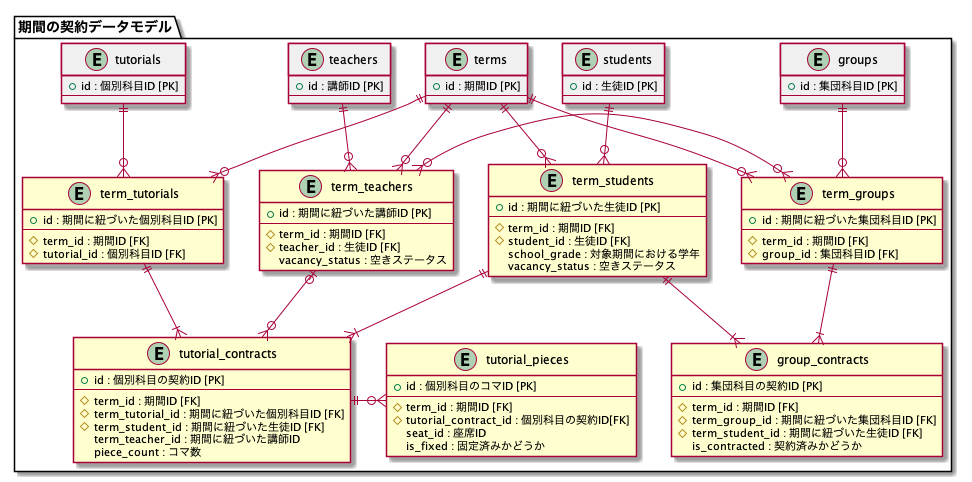
Before: application/doc/term_contract_data_model.png, a diagram exported from PlantUML (mass584/rakuraku_komagumi).
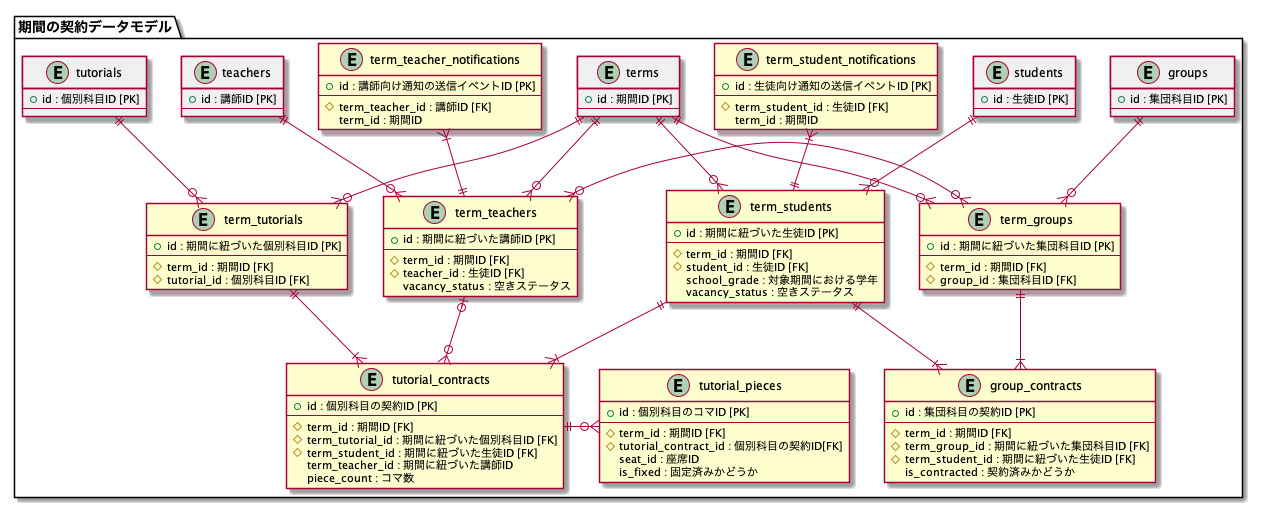
Later version of the same file.

Commit message:
データモデル設計の更新

Diff of the diagram source:
```diff
@@ -35,12 +35,26 @@
     vacancy_status : 空きステータス
   }
 
+  entity "term_student_notifications" {
+    + id : 生徒向け通知の送信イベントID [PK]
+    --
+    # term_student_id : 生徒ID [FK]
+    term_id : 期間ID
+  }
+
   entity "term_teachers" {
     + id : 期間に紐づいた講師ID [PK]
     --
     # term_id : 期間ID [FK]
     # teacher_id : 生徒ID [FK]
     vacancy_status : 空きステータス
+  }
+
+  entity "term_teacher_notifications" {
+    + id : 講師向け通知の送信イベントID [PK]
+    --
+    # term_teacher_id : 講師ID [FK]
+    term_id : 期間ID
   }
 
   entity "term_tutorials" {
@@ -94,8 +108,10 @@
 teachers ||-do-o{ term_teachers
 tutorials ||-do-o{ term_tutorials
 groups ||-do-o{ term_groups
+term_students ||-up-|{ term_student_notifications
 term_students ||-do-|{ tutorial_contracts
 term_students ||-do-|{ group_contracts
+term_teachers ||-up-|{ term_teacher_notifications
 term_teachers |o-do-o{ tutorial_contracts
 term_teachers }o-ri-o{ term_groups
 term_tutorials ||-do-|{ tutorial_contracts
```
